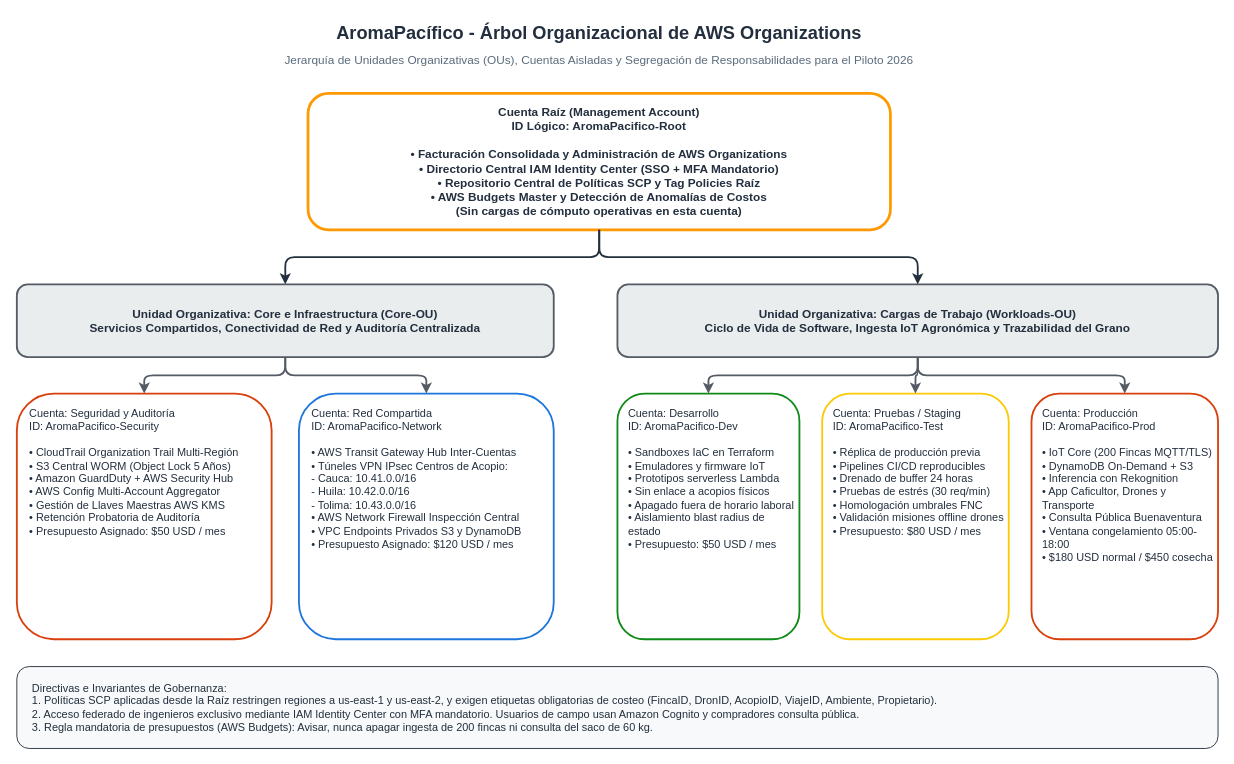
This is docs/architecture/diagrams/arbol-organizacional.drawio from aromapacifico-platform/planning, a draw.io file, before an edit. Source tidied: cells renumbered, new cells numbered last; positions are measured from the earlier drawing's top-left corner, leaving out a move shared by most shapes. Both pictures are drawn from the tidied source at 91%, with x=0, y=0 at pixel (16, 15).
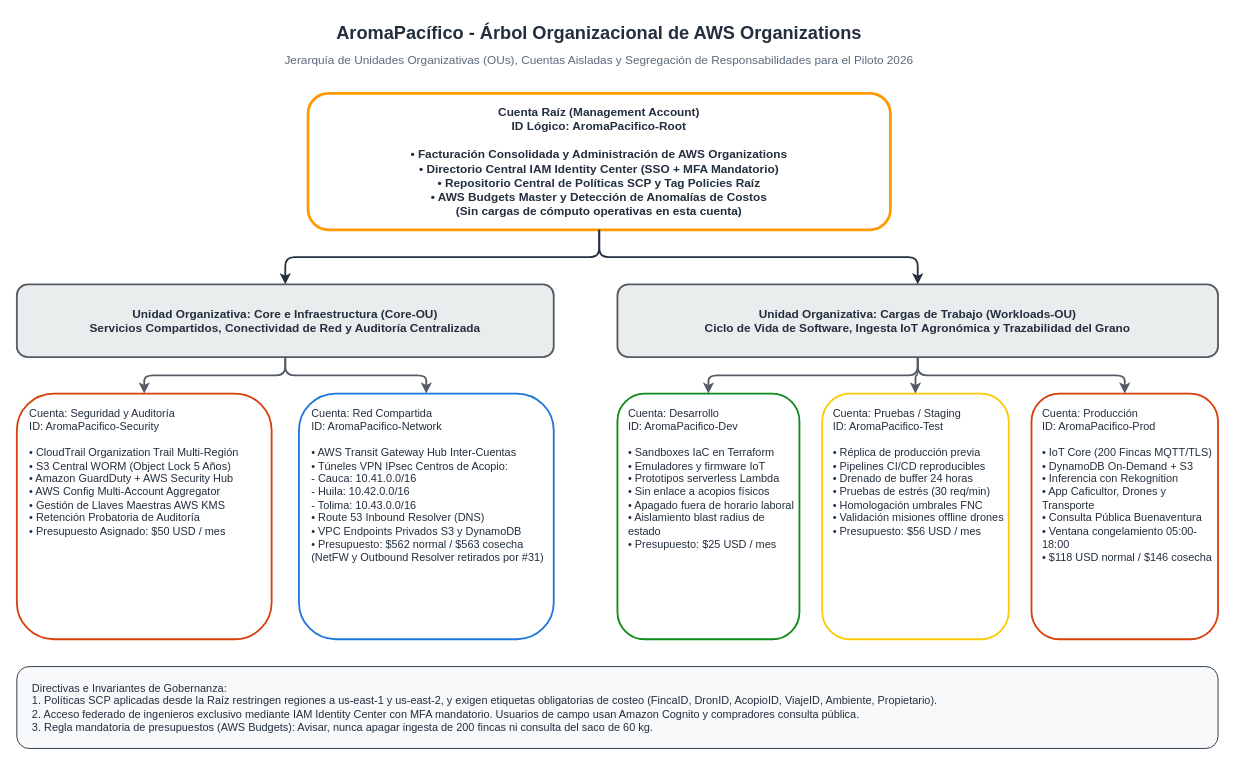
The same diagram, later.

Change to the diagram source:
```diff
@@
 <mxGraphModel background="#FFFFFF">
   <root>
     <mxCell id="0" />
     <mxCell id="1" parent="0" />
     <mxCell id="2" value="AromaPacífico - Árbol Organizacional de AWS Organizations" style="text;html=1;strokeColor=none;fillColor=none;align=center;verticalAlign=middle;whiteSpace=wrap;rounded=0;fontSize=20;fontStyle=1;fontColor=#232F3E;" parent="1" vertex="1">
       <mxGeometry x="190" width="900" height="35" as="geometry" />
     </mxCell>
     <mxCell id="3" value="Jerarquía de Unidades Organizativas (OUs), Cuentas Aisladas y Segregación de Responsabilidades para el Piloto 2026" style="text;html=1;strokeColor=none;fillColor=none;align=center;verticalAlign=middle;whiteSpace=wrap;rounded=0;fontSize=13;fontStyle=0;fontColor=#5A6B7C;" parent="1" vertex="1">
       <mxGeometry x="190" y="35" width="900" height="25" as="geometry" />
     </mxCell>
     <mxCell id="4" value="Cuenta Raíz (Management Account)&#10;ID Lógico: AromaPacifico-Root&#10;&#10;• Facturación Consolidada y Administración de AWS Organizations&#10;• Directorio Central IAM Identity Center (SSO + MFA Mandatorio)&#10;• Repositorio Central de Políticas SCP y Tag Policies Raíz&#10;• AWS Budgets Master y Detección de Anomalías de Costos&#10;(Sin cargas de cómputo operativas en esta cuenta)" style="rounded=1;whiteSpace=wrap;html=1;fillColor=#FFFFFF;strokeColor=#FF9900;strokeWidth=3;fontColor=#232F3E;fontSize=13;fontStyle=1;align=center;verticalAlign=middle;spacing=10;" parent="1" vertex="1">
       <mxGeometry x="320" y="85" width="640" height="150" as="geometry" />
     </mxCell>
     <mxCell id="5" value="Unidad Organizativa: Core e Infraestructura (Core-OU)&#10;Servicios Compartidos, Conectividad de Red y Auditoría Centralizada" style="rounded=1;whiteSpace=wrap;html=1;fillColor=#EAEDED;strokeColor=#545B64;strokeWidth=2;fontColor=#232F3E;fontSize=13;fontStyle=1;align=center;verticalAlign=middle;spacing=8;" parent="1" vertex="1">
       <mxGeometry y="295" width="590" height="80" as="geometry" />
     </mxCell>
     <mxCell id="6" value="Cuenta: Seguridad y Auditoría&#10;ID: AromaPacifico-Security&#10;&#10;• CloudTrail Organization Trail Multi-Región&#10;• S3 Central WORM (Object Lock 5 Años)&#10;• Amazon GuardDuty + AWS Security Hub&#10;• AWS Config Multi-Account Aggregator&#10;• Gestión de Llaves Maestras AWS KMS&#10;• Retención Probatoria de Auditoría&#10;• Presupuesto Asignado: $50 USD / mes" style="rounded=1;whiteSpace=wrap;html=1;fillColor=#FFFFFF;strokeColor=#D93F0B;strokeWidth=2;fontSize=12;align=left;spacingLeft=12;spacingTop=8;fontColor=#232F3E;verticalAlign=top;" parent="1" vertex="1">
       <mxGeometry y="415" width="280" height="270" as="geometry" />
     </mxCell>
-    <mxCell id="7" value="Cuenta: Red Compartida&#10;ID: AromaPacifico-Network&#10;&#10;• AWS Transit Gateway Hub Inter-Cuentas&#10;• Túneles VPN IPsec Centros de Acopio:&#10;  - Cauca: 10.41.0.0/16&#10;  - Huila: 10.42.0.0/16&#10;  - Tolima: 10.43.0.0/16&#10;• AWS Network Firewall Inspección Central&#10;• VPC Endpoints Privados S3 y DynamoDB&#10;• Presupuesto Asignado: $120 USD / mes" style="rounded=1;whiteSpace=wrap;html=1;fillColor=#FFFFFF;strokeColor=#1D76DB;strokeWidth=2;fontSize=12;align=left;spacingLeft=12;spacingTop=8;fontColor=#232F3E;verticalAlign=top;" parent="1" vertex="1">
+    <mxCell id="7" value="Cuenta: Red Compartida&#10;ID: AromaPacifico-Network&#10;&#10;• AWS Transit Gateway Hub Inter-Cuentas&#10;• Túneles VPN IPsec Centros de Acopio:&#10;  - Cauca: 10.41.0.0/16&#10;  - Huila: 10.42.0.0/16&#10;  - Tolima: 10.43.0.0/16&#10;• Route 53 Inbound Resolver (DNS)&#10;• VPC Endpoints Privados S3 y DynamoDB&#10;• Presupuesto: $562 normal / $563 cosecha&#10;(NetFW y Outbound Resolver retirados por #31)" style="rounded=1;whiteSpace=wrap;html=1;fillColor=#FFFFFF;strokeColor=#1D76DB;strokeWidth=2;fontSize=12;align=left;spacingLeft=12;spacingTop=8;fontColor=#232F3E;verticalAlign=top;" parent="1" vertex="1">
       <mxGeometry x="310" y="415" width="280" height="270" as="geometry" />
     </mxCell>
     <mxCell id="8" value="Unidad Organizativa: Cargas de Trabajo (Workloads-OU)&#10;Ciclo de Vida de Software, Ingesta IoT Agronómica y Trazabilidad del Grano" style="rounded=1;whiteSpace=wrap;html=1;fillColor=#EAEDED;strokeColor=#545B64;strokeWidth=2;fontColor=#232F3E;fontSize=13;fontStyle=1;align=center;verticalAlign=middle;spacing=8;" parent="1" vertex="1">
       <mxGeometry x="660" y="295" width="660" height="80" as="geometry" />
     </mxCell>
-    <mxCell id="9" value="Cuenta: Desarrollo&#10;ID: AromaPacifico-Dev&#10;&#10;• Sandboxes IaC en Terraform&#10;• Emuladores y firmware IoT&#10;• Prototipos serverless Lambda&#10;• Sin enlace a acopios físicos&#10;• Apagado fuera de horario laboral&#10;• Aislamiento blast radius de estado&#10;• Presupuesto: $50 USD / mes" style="rounded=1;whiteSpace=wrap;html=1;fillColor=#FFFFFF;strokeColor=#0E8A16;strokeWidth=2;fontSize=12;align=left;spacingLeft=10;spacingTop=8;fontColor=#232F3E;verticalAlign=top;" parent="1" vertex="1">
+    <mxCell id="9" value="Cuenta: Desarrollo&#10;ID: AromaPacifico-Dev&#10;&#10;• Sandboxes IaC en Terraform&#10;• Emuladores y firmware IoT&#10;• Prototipos serverless Lambda&#10;• Sin enlace a acopios físicos&#10;• Apagado fuera de horario laboral&#10;• Aislamiento blast radius de estado&#10;• Presupuesto: $25 USD / mes" style="rounded=1;whiteSpace=wrap;html=1;fillColor=#FFFFFF;strokeColor=#0E8A16;strokeWidth=2;fontSize=12;align=left;spacingLeft=10;spacingTop=8;fontColor=#232F3E;verticalAlign=top;" parent="1" vertex="1">
       <mxGeometry x="660" y="415" width="200" height="270" as="geometry" />
     </mxCell>
-    <mxCell id="10" value="Cuenta: Pruebas / Staging&#10;ID: AromaPacifico-Test&#10;&#10;• Réplica de producción previa&#10;• Pipelines CI/CD reproducibles&#10;• Drenado de buffer 24 horas&#10;• Pruebas de estrés (30 req/min)&#10;• Homologación umbrales FNC&#10;• Validación misiones offline drones&#10;• Presupuesto: $80 USD / mes" style="rounded=1;whiteSpace=wrap;html=1;fillColor=#FFFFFF;strokeColor=#FBCA04;strokeWidth=2;fontSize=12;align=left;spacingLeft=10;spacingTop=8;fontColor=#232F3E;verticalAlign=top;" parent="1" vertex="1">
+    <mxCell id="10" value="Cuenta: Pruebas / Staging&#10;ID: AromaPacifico-Test&#10;&#10;• Réplica de producción previa&#10;• Pipelines CI/CD reproducibles&#10;• Drenado de buffer 24 horas&#10;• Pruebas de estrés (30 req/min)&#10;• Homologación umbrales FNC&#10;• Validación misiones offline drones&#10;• Presupuesto: $56 USD / mes" style="rounded=1;whiteSpace=wrap;html=1;fillColor=#FFFFFF;strokeColor=#FBCA04;strokeWidth=2;fontSize=12;align=left;spacingLeft=10;spacingTop=8;fontColor=#232F3E;verticalAlign=top;" parent="1" vertex="1">
       <mxGeometry x="885" y="415" width="205" height="270" as="geometry" />
     </mxCell>
-    <mxCell id="11" value="Cuenta: Producción&#10;ID: AromaPacifico-Prod&#10;&#10;• IoT Core (200 Fincas MQTT/TLS)&#10;• DynamoDB On-Demand + S3&#10;• Inferencia con Rekognition&#10;• App Caficultor, Drones y Transporte&#10;• Consulta Pública Buenaventura&#10;• Ventana congelamiento 05:00-18:00&#10;• $180 USD normal / $450 cosecha" style="rounded=1;whiteSpace=wrap;html=1;fillColor=#FFFFFF;strokeColor=#D93F0B;strokeWidth=2;fontSize=12;align=left;spacingLeft=10;spacingTop=8;fontColor=#232F3E;verticalAlign=top;" parent="1" vertex="1">
+    <mxCell id="11" value="Cuenta: Producción&#10;ID: AromaPacifico-Prod&#10;&#10;• IoT Core (200 Fincas MQTT/TLS)&#10;• DynamoDB On-Demand + S3&#10;• Inferencia con Rekognition&#10;• App Caficultor, Drones y Transporte&#10;• Consulta Pública Buenaventura&#10;• Ventana congelamiento 05:00-18:00&#10;• $118 USD normal / $146 cosecha" style="rounded=1;whiteSpace=wrap;html=1;fillColor=#FFFFFF;strokeColor=#D93F0B;strokeWidth=2;fontSize=12;align=left;spacingLeft=10;spacingTop=8;fontColor=#232F3E;verticalAlign=top;" parent="1" vertex="1">
       <mxGeometry x="1115" y="415" width="205" height="270" as="geometry" />
     </mxCell>
     <mxCell id="12" value="Directivas e Invariantes de Gobernanza:&#10;1. Políticas SCP aplicadas desde la Raíz restringen regiones a us-east-1 y us-east-2, y exigen etiquetas obligatorias de costeo (FincaID, DronID, AcopioID, ViajeID, Ambiente, Propietario).&#10;2. Acceso federado de ingenieros exclusivo mediante IAM Identity Center con MFA mandatorio. Usuarios de campo usan Amazon Cognito y compradores consulta pública.&#10;3. Regla mandatoria de presupuestos (AWS Budgets): Avisar, nunca apagar ingesta de 200 fincas ni consulta del saco de 60 kg." style="rounded=1;whiteSpace=wrap;html=1;fillColor=#F8F9FA;strokeColor=#232F3E;strokeWidth=1;fontSize=12;align=left;spacingLeft=15;spacingTop=10;fontColor=#232F3E;verticalAlign=top;" parent="1" vertex="1">
       <mxGeometry y="715" width="1320" height="90" as="geometry" />
     </mxCell>
     <mxCell id="13" style="edgeStyle=orthogonalEdgeStyle;rounded=1;jettySize=auto;html=1;strokeColor=#232F3E;strokeWidth=2;fontSize=12;" parent="1" edge="1" source="4" target="5">
       <mxGeometry relative="1" as="geometry" />
     </mxCell>
     <mxCell id="14" style="edgeStyle=orthogonalEdgeStyle;rounded=1;jettySize=auto;html=1;strokeColor=#232F3E;strokeWidth=2;fontSize=12;" parent="1" edge="1" source="4" target="8">
       <mxGeometry relative="1" as="geometry" />
     </mxCell>
     <mxCell id="15" style="edgeStyle=orthogonalEdgeStyle;rounded=1;jettySize=auto;html=1;strokeColor=#545B64;strokeWidth=2;fontSize=12;" parent="1" edge="1" source="5" target="6">
       <mxGeometry relative="1" as="geometry" />
     </mxCell>
     <mxCell id="16" style="edgeStyle=orthogonalEdgeStyle;rounded=1;jettySize=auto;html=1;strokeColor=#545B64;strokeWidth=2;fontSize=12;" parent="1" edge="1" source="5" target="7">
       <mxGeometry relative="1" as="geometry" />
     </mxCell>
     <mxCell id="17" style="edgeStyle=orthogonalEdgeStyle;rounded=1;jettySize=auto;html=1;strokeColor=#545B64;strokeWidth=2;fontSize=12;" parent="1" edge="1" source="8" target="9">
       <mxGeometry relative="1" as="geometry" />
     </mxCell>
     <mxCell id="18" style="edgeStyle=orthogonalEdgeStyle;rounded=1;jettySize=auto;html=1;strokeColor=#545B64;strokeWidth=2;fontSize=12;" parent="1" edge="1" source="8" target="10">
       <mxGeometry relative="1" as="geometry" />
     </mxCell>
     <mxCell id="19" style="edgeStyle=orthogonalEdgeStyle;rounded=1;jettySize=auto;html=1;strokeColor=#545B64;strokeWidth=2;fontSize=12;" parent="1" edge="1" source="8" target="11">
       <mxGeometry relative="1" as="geometry" />
     </mxCell>
   </root>
 </mxGraphModel>
```
